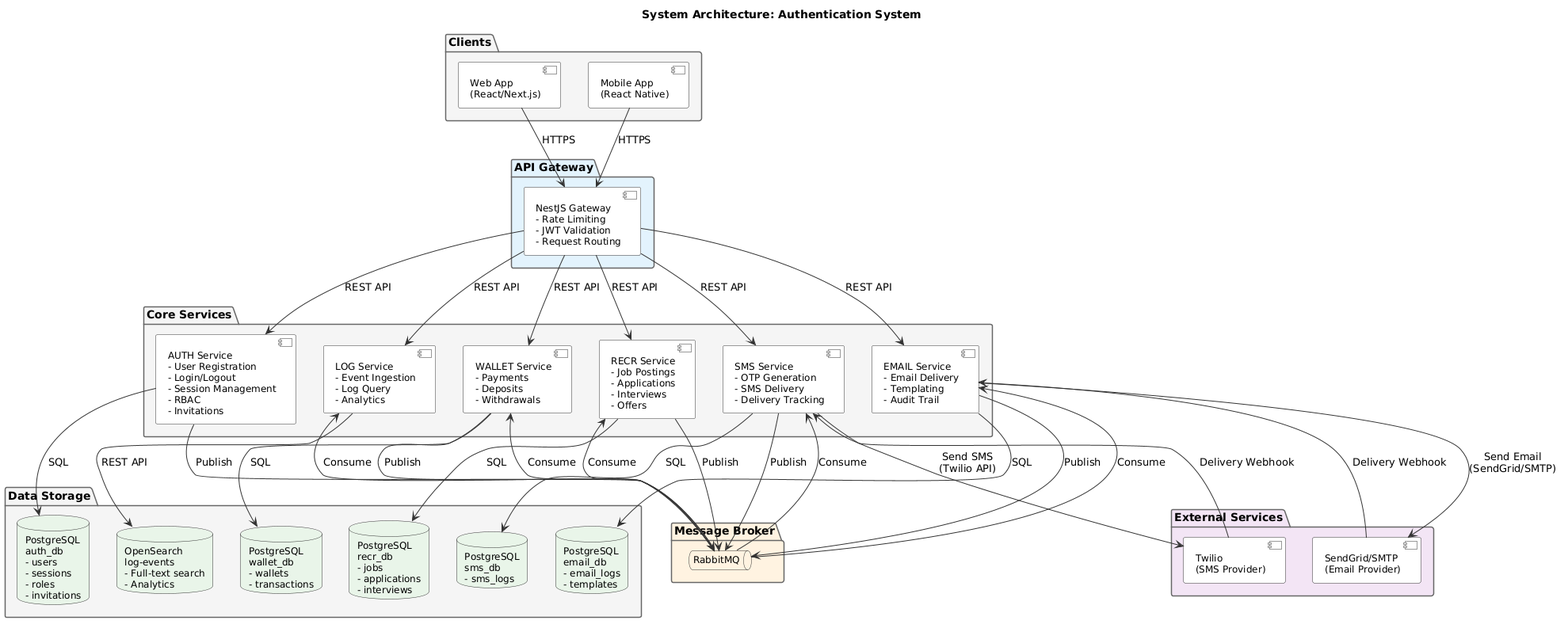
This is modules/dist/images/architecture/architecture-system.png from namnh240795/document, a PlantUML export, as it was before one commit.
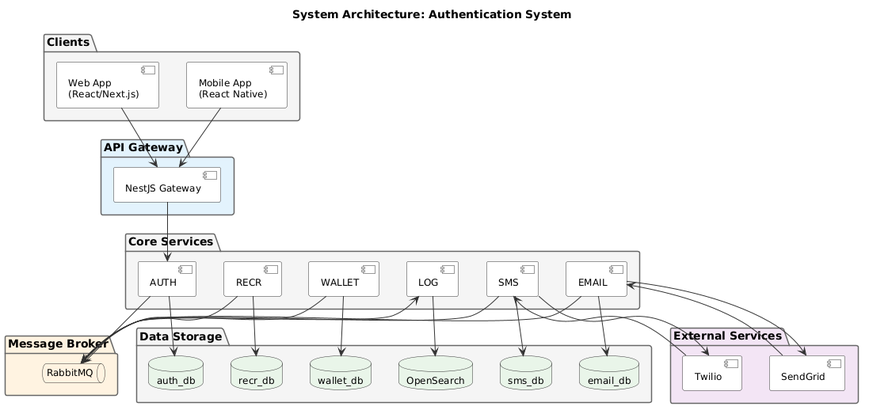
Later version of the same file.

Commit message:
fix: simplify architecture diagram with single arrows between module groups

What changed in the source:
```diff
@@ -33,21 +33,16 @@
 }
 
 package "API Gateway" #E3F2FD {
-  component "NestJS Gateway\n- Rate Limiting\n- JWT Validation\n- Request Routing" as gateway
+  component "NestJS Gateway" as gateway
 }
 
 package "Core Services" #F5F5F5 {
-  component "AUTH Service\n- User Registration\n- Login/Logout\n- Session Management\n- RBAC\n- Invitations" as auth
-
-  component "SMS Service\n- OTP Generation\n- SMS Delivery\n- Delivery Tracking" as sms
-
-  component "EMAIL Service\n- Email Delivery\n- Templating\n- Audit Trail" as email
-
-  component "RECR Service\n- Job Postings\n- Applications\n- Interviews\n- Offers" as recr
-
-  component "WALLET Service\n- Payments\n- Deposits\n- Withdrawals" as wallet
-
-  component "LOG Service\n- Event Ingestion\n- Log Query\n- Analytics" as log
+  component "AUTH" as auth
+  component "SMS" as sms
+  component "EMAIL" as email
+  component "RECR" as recr
+  component "WALLET" as wallet
+  component "LOG" as log
 }
 
 package "Message Broker" #FFF3E0 {
@@ -55,65 +50,43 @@
 }
 
 package "Data Storage" #F5F5F5 {
-  database "PostgreSQL\nauth_db\n- users\n- sessions\n- roles\n- invitations" as pgAuth
-
-  database "PostgreSQL\nsms_db\n- sms_logs" as pgSms
-
-  database "PostgreSQL\nemail_db\n- email_logs\n- templates" as pgEmail
-
-  database "PostgreSQL\nrecr_db\n- jobs\n- applications\n- interviews" as pgRecr
-
-  database "PostgreSQL\nwallet_db\n- wallets\n- transactions" as pgWallet
-
-  database "OpenSearch\nlog-events\n- Full-text search\n- Analytics" as os
+  database "auth_db" as pgAuth
+  database "sms_db" as pgSms
+  database "email_db" as pgEmail
+  database "recr_db" as pgRecr
+  database "wallet_db" as pgWallet
+  database "OpenSearch" as os
 }
 
 package "External Services" #F3E5F5 {
-  component "Twilio\n(SMS Provider)" as twilio
-  component "SendGrid/SMTP\n(Email Provider)" as sendgrid
+  component "Twilio" as twilio
+  component "SendGrid" as sendgrid
 }
 
-web --> gateway : HTTPS
-mobile --> gateway : HTTPS
+web --> gateway
+mobile --> gateway
 
-gateway --> auth : REST API
-gateway --> sms : REST API
-gateway --> email : REST API
-gateway --> recr : REST API
-gateway --> wallet : REST API
-gateway --> log : REST API
+gateway --> auth
 
-auth --> pgAuth : SQL
-sms --> pgSms : SQL
-email --> pgEmail : SQL
-recr --> pgRecr : SQL
-wallet --> pgWallet : SQL
-log --> os : REST API
+auth --> pgAuth
+sms --> pgSms
+email --> pgEmail
+recr --> pgRecr
+wallet --> pgWallet
+log --> os
 
-auth --> mq : Publish
+auth --> mq
+sms --> mq
+email --> mq
+recr --> mq
+wallet --> mq
 
-sms --> mq : Publish
+mq --> log
 
-email --> mq : Publish
+sms --> twilio
+twilio --> sms
 
-recr --> mq : Publish
-
-wallet --> mq : Publish
-
-mq --> sms : Consume
-
-mq --> email : Consume
-
-mq --> recr : Consume
-
-mq --> wallet : Consume
-
-mq --> log : Consume
-
-sms --> twilio : Send SMS\n(Twilio API)
-twilio --> sms : Delivery Webhook
-
-email --> sendgrid : Send Email\n(SendGrid/SMTP)
-sendgrid --> email : Delivery Webhook
+email --> sendgrid
+sendgrid --> email
 
 @enduml
```
